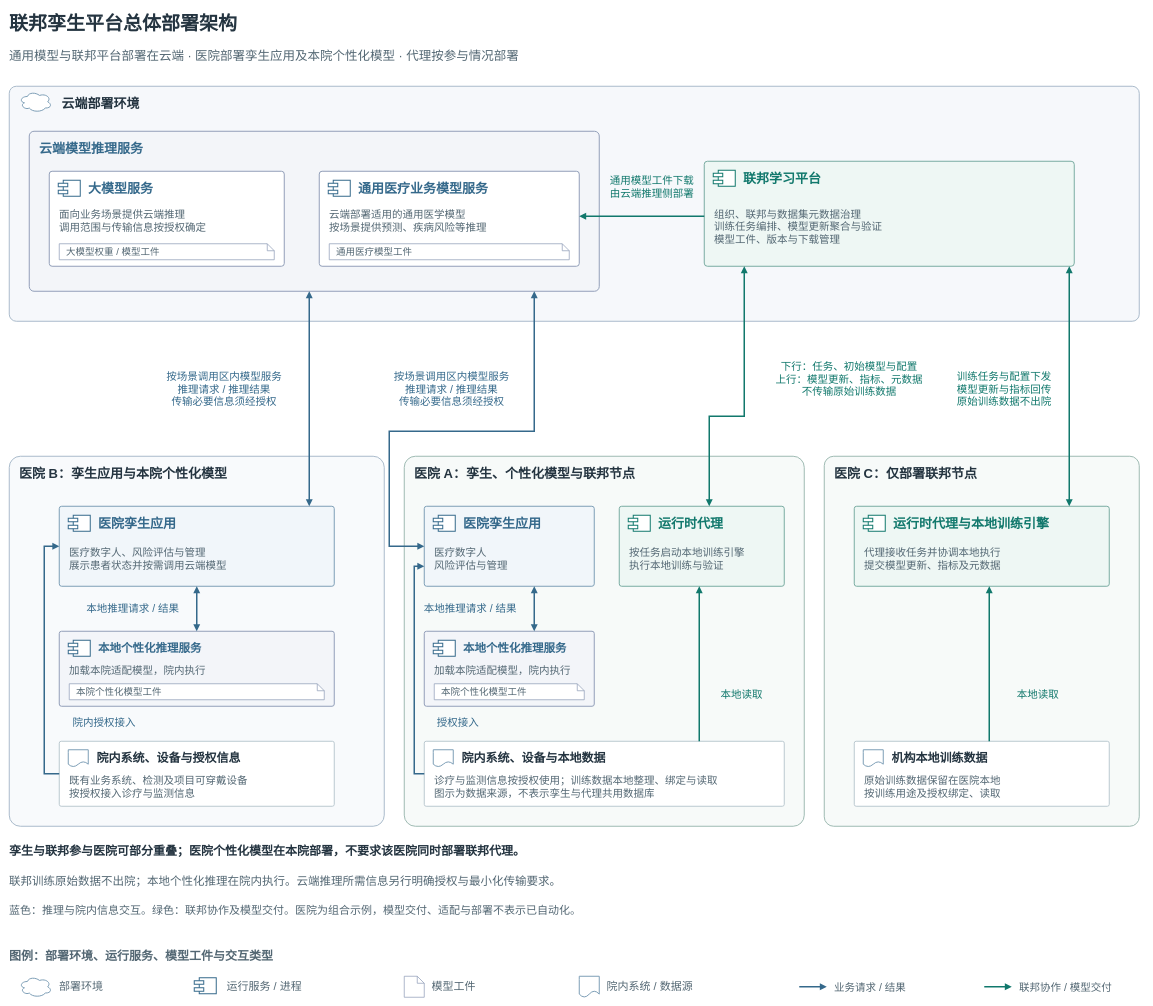
medol-labs/federation-learning keeps this draw.io diagram as docs/438c/merge/figures/federated-twin-deployment-overview.drawio. Above is the earlier version. Source tidied: cells renumbered, new cells numbered last; positions are measured from the earlier drawing's top-left corner, leaving out a move shared by most shapes. Both pictures are drawn from the tidied source at 50%, with x=0, y=0 at pixel (9, 8).
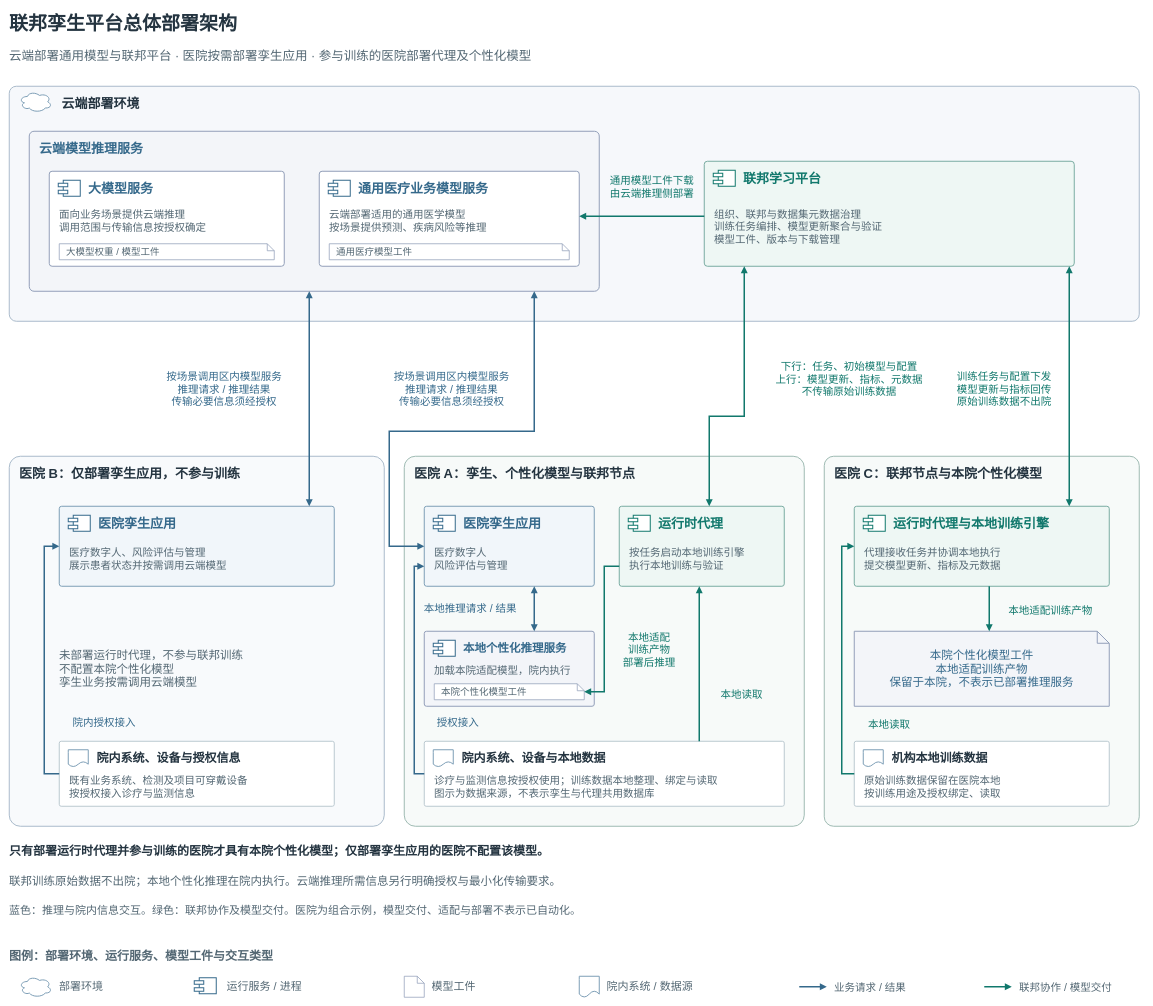
The same page after the edit.

Unchanged cells that the change refers to:
```xml
<mxCell id="17" style="rounded=1;arcSize=3;fillColor=#F8FAFC;strokeColor=#AABBCB;strokeWidth=2;" parent="1" vertex="1">
  <mxGeometry y="895" width="750" height="740" as="geometry" />
</mxCell>
<mxCell id="21" style="rounded=1;arcSize=3;fillColor=#F7FAF9;strokeColor=#9FBBB3;strokeWidth=2;" parent="1" vertex="1">
  <mxGeometry x="1630" y="895" width="630" height="740" as="geometry" />
</mxCell>
<mxCell id="23" style="rounded=1;arcSize=3;fillColor=#F1F6FA;strokeColor=#7E9FB7;strokeWidth=2;" parent="17" vertex="1">
  <mxGeometry x="100" y="100" width="550" height="160" as="geometry" />
</mxCell>
<mxCell id="29" style="rounded=1;arcSize=3;fillColor=#EEF7F4;strokeColor=#7AACA2;strokeWidth=2;" parent="19" vertex="1">
  <mxGeometry x="430" y="100" width="330" height="160" as="geometry" />
</mxCell>
<mxCell id="32" style="rounded=1;arcSize=3;fillColor=#EEF7F4;strokeColor=#7AACA2;strokeWidth=2;" parent="21" vertex="1">
  <mxGeometry x="60" y="100" width="510" height="160" as="geometry" />
</mxCell>
<mxCell id="41" style="rounded=1;arcSize=3;fillColor=#FFFFFF;strokeColor=#BBC9D0;strokeWidth=2;" parent="21" vertex="1">
  <mxGeometry x="60" y="570" width="510" height="130" as="geometry" />
</mxCell>
<mxCell id="105" value="本院个性化模型工件" style="shape=note;whiteSpace=wrap;html=0;size=14;fillColor=#FFFFFF;strokeColor=#929FB9;strokeWidth=1.5;fontFamily=PingFang SC;fontSize=19;fontColor=#536773;align=left;verticalAlign=middle;spacingLeft=12;" parent="65" vertex="1">
  <mxGeometry x="20" y="105" width="300" height="32" as="geometry" />
</mxCell>
```

Diff of the diagram source:
```diff
@@
-    <mxCell id="3" value="通用模型与联邦平台部署在云端 · 医院部署孪生应用及本院个性化模型 · 代理按参与情况部署" style="text;html=0;whiteSpace=wrap;overflow=hidden;align=left;verticalAlign=middle;fontFamily=PingFang SC;fontSize=25;fontColor=#536773;fontStyle=0;spacing=0;" parent="1" vertex="1">
+    <mxCell id="3" value="云端部署通用模型与联邦平台 · 医院按需部署孪生应用 · 参与训练的医院部署代理及个性化模型" style="text;html=0;whiteSpace=wrap;overflow=hidden;align=left;verticalAlign=middle;fontFamily=PingFang SC;fontSize=25;fontColor=#536773;fontStyle=0;spacing=0;" parent="1" vertex="1">
       <mxGeometry y="70" width="2260" height="45" as="geometry" />
     </mxCell>
@@
-    <mxCell id="18" value="医院 B：孪生应用与本院个性化模型" style="text;html=0;whiteSpace=wrap;overflow=hidden;align=left;verticalAlign=middle;fontFamily=PingFang SC;fontSize=26;fontColor=#243440;fontStyle=1;spacing=0;" parent="17" vertex="1">
+    <mxCell id="18" value="医院 B：仅部署孪生应用，不参与训练" style="text;html=0;whiteSpace=wrap;overflow=hidden;align=left;verticalAlign=middle;fontFamily=PingFang SC;fontSize=26;fontColor=#243440;fontStyle=1;spacing=0;" parent="17" vertex="1">
       <mxGeometry x="20" y="15" width="710" height="38" as="geometry" />
     </mxCell>
@@
-    <mxCell id="22" value="医院 C：仅部署联邦节点" style="text;html=0;whiteSpace=wrap;overflow=hidden;align=left;verticalAlign=middle;fontFamily=PingFang SC;fontSize=26;fontColor=#243440;fontStyle=1;spacing=0;" parent="21" vertex="1">
+    <mxCell id="22" value="医院 C：联邦节点与本院个性化模型" style="text;html=0;whiteSpace=wrap;overflow=hidden;align=left;verticalAlign=middle;fontFamily=PingFang SC;fontSize=26;fontColor=#243440;fontStyle=1;spacing=0;" parent="21" vertex="1">
       <mxGeometry x="20" y="15" width="590" height="38" as="geometry" />
     </mxCell>
@@
-    <mxCell id="60" style="edgeStyle=orthogonalEdgeStyle;rounded=0;html=0;strokeColor=#11786C;strokeWidth=3;endArrow=block;endFill=1;exitX=0.5294117647058824;exitY=0.0;exitPerimeter=0;entryX=0.5294117647058824;entryY=1.0;entryPerimeter=0;" parent="1" edge="1" source="41" target="32">
-      <mxGeometry relative="1" as="geometry" />
+    <mxCell id="60" style="edgeStyle=orthogonalEdgeStyle;rounded=0;html=0;strokeColor=#11786C;strokeWidth=3;endArrow=block;endFill=1;exitX=0;exitY=0.5;exitPerimeter=0;entryX=0;entryY=0.5;entryPerimeter=0;" parent="1" edge="1" source="41" target="32">
+      <mxGeometry relative="1" as="geometry">
+        <Array as="points">
+          <mxPoint x="1665" y="1530" />
+          <mxPoint x="1665" y="1075" />
+        </Array>
+      </mxGeometry>
     </mxCell>
     <mxCell id="61" value="本地读取" style="text;html=0;whiteSpace=wrap;overflow=hidden;align=center;verticalAlign=middle;fontFamily=PingFang SC;fontSize=21;fontColor=#11786C;fontStyle=0;spacing=0;" parent="60" vertex="1">
-      <mxGeometry width="165" height="42" relative="1" as="geometry">
-        <mxPoint x="15" y="40" as="offset" />
+      <mxGeometry width="160" height="42" relative="1" as="geometry">
+        <mxPoint x="15" y="107.5" as="offset" />
       </mxGeometry>
     </mxCell>
-    <mxCell id="62" value="孪生与联邦参与医院可部分重叠；医院个性化模型在本院部署，不要求该医院同时部署联邦代理。" style="text;html=0;whiteSpace=wrap;overflow=hidden;align=left;verticalAlign=middle;fontFamily=PingFang SC;fontSize=24;fontColor=#243440;fontStyle=1;spacing=0;" parent="1" vertex="1">
+    <mxCell id="62" value="只有部署运行时代理并参与训练的医院才具有本院个性化模型；仅部署孪生应用的医院不配置该模型。" style="text;html=0;whiteSpace=wrap;overflow=hidden;align=left;verticalAlign=middle;fontFamily=PingFang SC;fontSize=24;fontColor=#243440;fontStyle=1;spacing=0;" parent="1" vertex="1">
       <mxGeometry y="1665" width="2260" height="40" as="geometry" />
     </mxCell>
@@
-    <mxCell id="68" style="rounded=1;arcSize=3;fillColor=#F3F5F9;strokeColor=#929FB9;strokeWidth=2;" parent="17" vertex="1">
-      <mxGeometry x="100" y="350" width="550" height="150" as="geometry" />
-    </mxCell>
-    <mxCell id="69" value="本地个性化推理服务" style="text;html=0;whiteSpace=wrap;overflow=hidden;align=left;verticalAlign=middle;fontFamily=PingFang SC;fontSize=23;fontColor=#35698B;fontStyle=1;spacing=0;" parent="68" vertex="1">
-      <mxGeometry x="78" y="15" width="452" height="38" as="geometry" />
-    </mxCell>
-    <mxCell id="70" value="加载本院适配模型，院内执行" style="text;html=0;whiteSpace=wrap;overflow=hidden;align=left;verticalAlign=middle;fontFamily=PingFang SC;fontSize=21;fontColor=#536773;fontStyle=0;spacing=0;" parent="68" vertex="1">
-      <mxGeometry x="20" y="63" width="510" height="30" as="geometry" />
-    </mxCell>
@@
-    <mxCell id="73" style="edgeStyle=orthogonalEdgeStyle;rounded=0;html=0;strokeColor=#35698B;strokeWidth=3;startArrow=block;startFill=1;endArrow=block;endFill=1;exitX=0.5;exitY=1;exitPerimeter=0;entryX=0.5;entryY=0;entryPerimeter=0;" parent="1" edge="1" source="23" target="68">
-      <mxGeometry relative="1" as="geometry" />
-    </mxCell>
-    <mxCell id="74" value="本地推理请求 / 结果" style="text;html=0;whiteSpace=wrap;overflow=hidden;align=center;verticalAlign=middle;fontFamily=PingFang SC;fontSize=21;fontColor=#35698B;fontStyle=0;spacing=0;" parent="73" vertex="1">
-      <mxGeometry width="225" height="48" relative="1" as="geometry">
-        <mxPoint x="-240" y="-25" as="offset" />
-      </mxGeometry>
-    </mxCell>
@@
-    <mxCell id="99" style="rounded=0;fillColor=#FFFFFF;strokeColor=#35698B;strokeWidth=2;" parent="68" vertex="1">
-      <mxGeometry x="28" y="18" width="34" height="32" as="geometry" />
-    </mxCell>
-    <mxCell id="100" style="rounded=0;fillColor=#FFFFFF;strokeColor=#35698B;strokeWidth=2;" parent="68" vertex="1">
-      <mxGeometry x="18" y="24" width="19" height="7" as="geometry" />
-    </mxCell>
-    <mxCell id="101" style="rounded=0;fillColor=#FFFFFF;strokeColor=#35698B;strokeWidth=2;" parent="68" vertex="1">
-      <mxGeometry x="18" y="38" width="19" height="7" as="geometry" />
-    </mxCell>
@@
-    <mxCell id="106" value="本院个性化模型工件" style="shape=note;whiteSpace=wrap;html=0;size=14;fillColor=#FFFFFF;strokeColor=#929FB9;strokeWidth=1.5;fontFamily=PingFang SC;fontSize=19;fontColor=#536773;align=left;verticalAlign=middle;spacingLeft=12;" parent="68" vertex="1">
-      <mxGeometry x="20" y="105" width="510" height="32" as="geometry" />
-    </mxCell>
@@
+    <mxCell id="125" value="本院个性化模型工件&#10;本地适配训练产物&#10;保留于本院，不表示已部署推理服务" style="shape=note;whiteSpace=wrap;html=0;size=24;fillColor=#F3F5F9;strokeColor=#929FB9;strokeWidth=2;fontFamily=PingFang SC;fontSize=23;fontColor=#35698B;align=center;verticalAlign=middle;" parent="21" vertex="1">
+      <mxGeometry x="60" y="350" width="510" height="150" as="geometry" />
+    </mxCell>
+    <mxCell id="126" style="edgeStyle=orthogonalEdgeStyle;rounded=0;html=0;strokeColor=#11786C;strokeWidth=3;endArrow=block;endFill=1;exitX=0;exitY=0.75;exitPerimeter=0;entryX=1;entryY=0.5;entryPerimeter=0;" parent="1" edge="1" source="29" target="105">
+      <mxGeometry relative="1" as="geometry">
+        <Array as="points">
+          <mxPoint x="1190" y="1115" />
+          <mxPoint x="1190" y="1366" />
+        </Array>
+      </mxGeometry>
+    </mxCell>
+    <mxCell id="127" value="本地适配&#10;训练产物&#10;部署后推理" style="text;html=0;whiteSpace=wrap;overflow=hidden;align=center;verticalAlign=middle;fontFamily=PingFang SC;fontSize=21;fontColor=#11786C;fontStyle=0;spacing=0;" parent="126" vertex="1">
+      <mxGeometry width="160" height="110" relative="1" as="geometry">
+        <mxPoint x="10" y="-20.5" as="offset" />
+      </mxGeometry>
+    </mxCell>
+    <mxCell id="128" style="edgeStyle=orthogonalEdgeStyle;rounded=0;html=0;strokeColor=#11786C;strokeWidth=3;endArrow=block;endFill=1;exitX=0.529412;exitY=1;exitPerimeter=0;entryX=0.529412;entryY=0;entryPerimeter=0;" parent="1" edge="1" source="32" target="125">
+      <mxGeometry relative="1" as="geometry" />
+    </mxCell>
+    <mxCell id="129" value="本地适配训练产物" style="text;html=0;whiteSpace=wrap;overflow=hidden;align=center;verticalAlign=middle;fontFamily=PingFang SC;fontSize=21;fontColor=#11786C;fontStyle=0;spacing=0;" parent="128" vertex="1">
+      <mxGeometry width="215" height="55" relative="1" as="geometry">
+        <mxPoint x="15" y="-25" as="offset" />
+      </mxGeometry>
+    </mxCell>
+    <mxCell id="130" value="未部署运行时代理，不参与联邦训练&#10;不配置本院个性化模型&#10;孪生业务按需调用云端模型" style="text;html=0;whiteSpace=wrap;overflow=hidden;align=left;verticalAlign=middle;fontFamily=PingFang SC;fontSize=23;fontColor=#536773;fontStyle=0;spacing=0;" parent="17" vertex="1">
+      <mxGeometry x="100" y="350" width="550" height="150" as="geometry" />
+    </mxCell>
```
